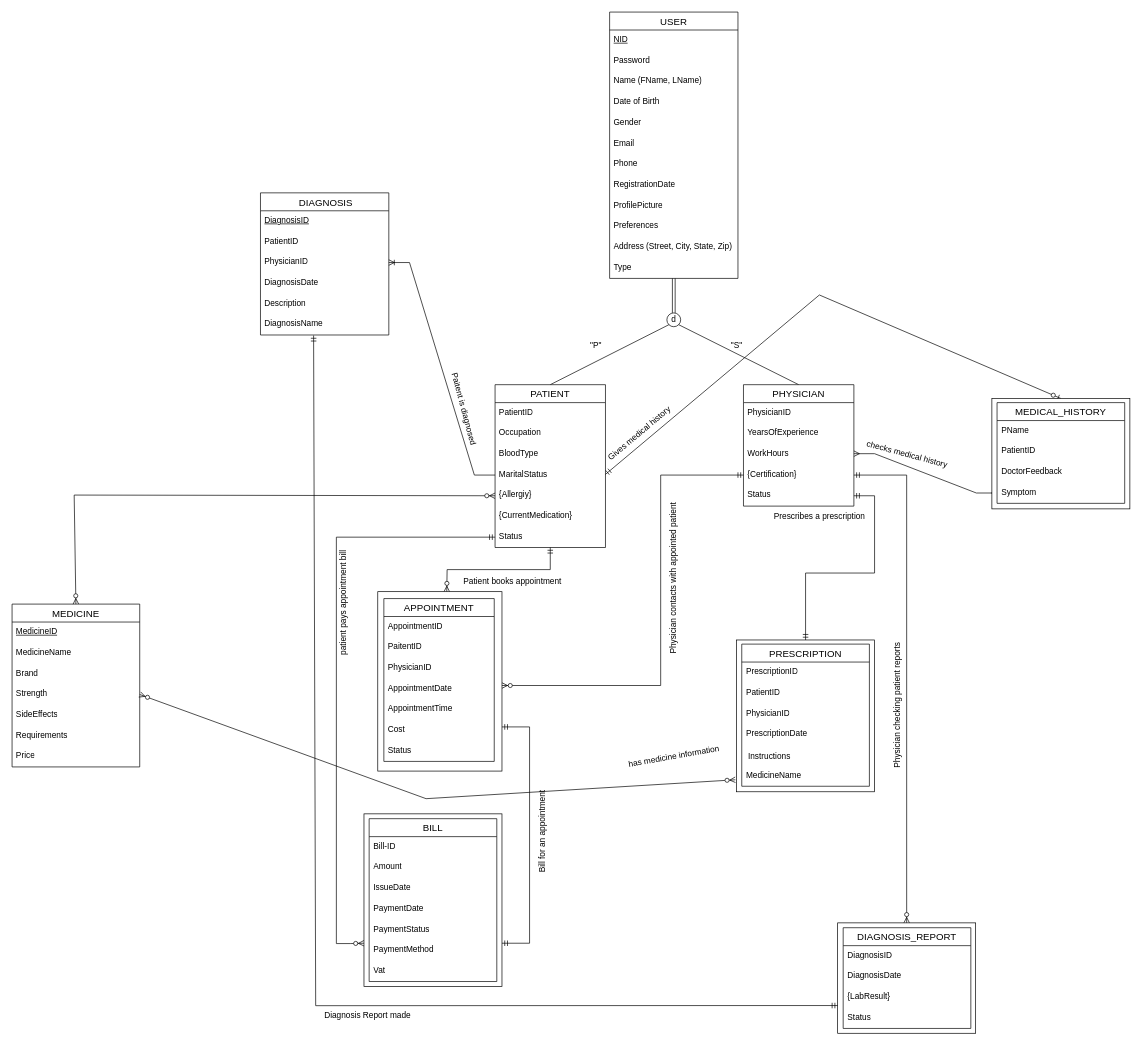
Above: PS1/ERD.drawio in Dhoritri/Heart-Health-Monitoring-System (draw.io), before the change. Source tidied: cells renumbered, new cells numbered last; positions are measured from the earlier drawing's top-left corner, leaving out a move shared by most shapes. Both pictures are drawn from the tidied source at 69%, with x=0, y=0 at pixel (12, 12).
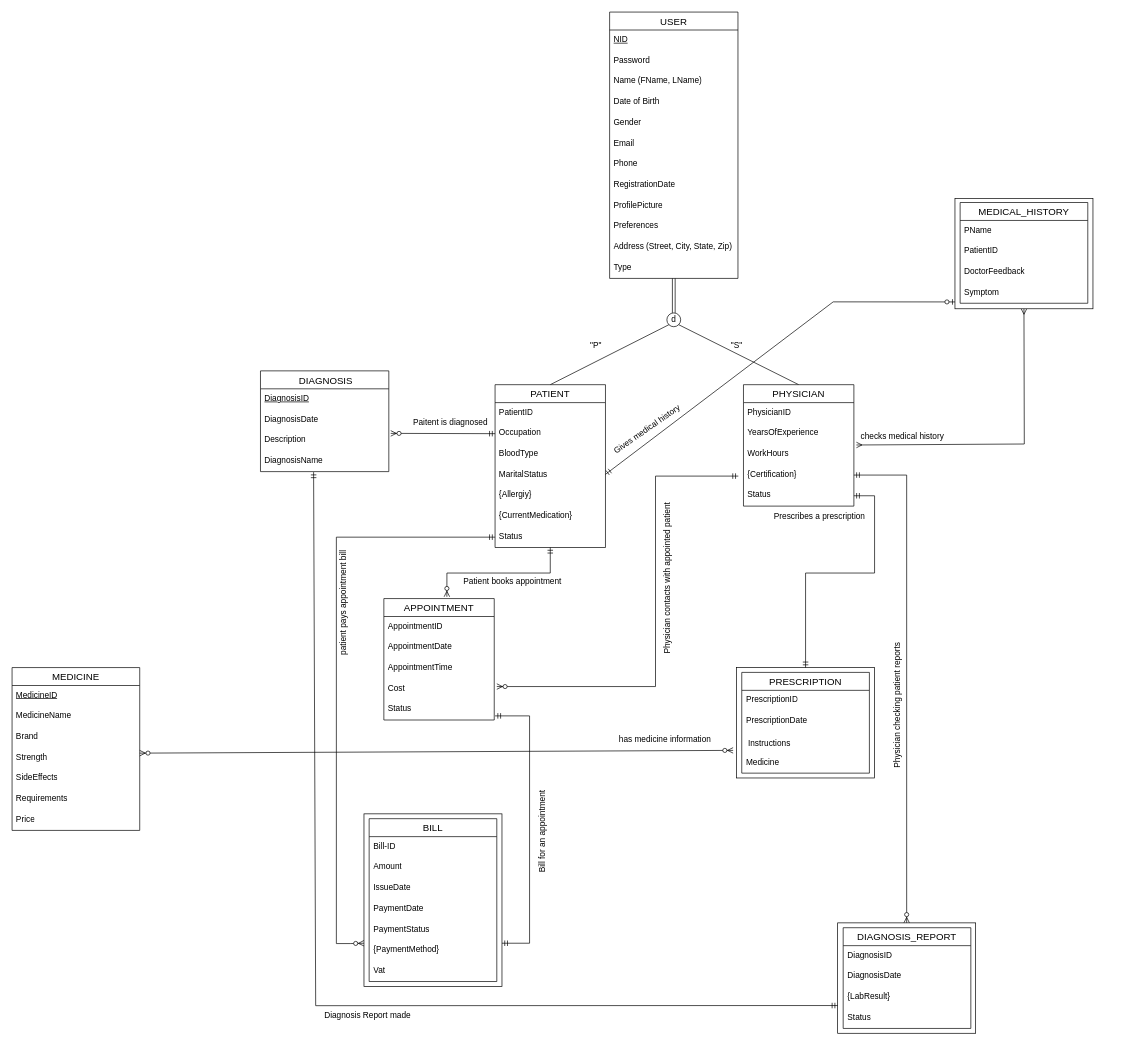
The same diagram, later.

The change refers to these unchanged cells:
```xml
<mxCell id="19" value="PATIENT" style="swimlane;fontStyle=0;horizontal=1;startSize=26;align=center;fontSize=14;" parent="1" vertex="1">
  <mxGeometry x="700" y="540" width="160" height="236" as="geometry" />
</mxCell>
<mxCell id="21" value="Occupation" style="text;strokeColor=none;fillColor=none;spacingLeft=4;spacingRight=4;overflow=hidden;points=[[0,0.5],[1,0.5]];portConstraint=eastwest;fontSize=12;whiteSpace=wrap;html=1;" parent="19" vertex="1">
  <mxGeometry y="56" width="160" height="30" as="geometry" />
</mxCell>
<mxCell id="23" value="MaritalStatus" style="text;strokeColor=none;fillColor=none;spacingLeft=4;spacingRight=4;overflow=hidden;points=[[0,0.5],[1,0.5]];portConstraint=eastwest;fontSize=12;whiteSpace=wrap;html=1;" parent="19" vertex="1">
  <mxGeometry y="116" width="160" height="30" as="geometry" />
</mxCell>
<mxCell id="24" value="{Allergiy}" style="text;strokeColor=none;fillColor=none;spacingLeft=4;spacingRight=4;overflow=hidden;points=[[0,0.5],[1,0.5]];portConstraint=eastwest;fontSize=12;whiteSpace=wrap;html=1;" parent="19" vertex="1">
  <mxGeometry y="146" width="160" height="30" as="geometry" />
</mxCell>
<mxCell id="29" value="YearsOfExperience" style="text;strokeColor=none;fillColor=none;spacingLeft=4;spacingRight=4;overflow=hidden;points=[[0,0.5],[1,0.5]];portConstraint=eastwest;fontSize=12;whiteSpace=wrap;html=1;" parent="27" vertex="1">
  <mxGeometry y="56" width="160" height="30" as="geometry" />
</mxCell>
<mxCell id="37" value="Strength" style="text;strokeColor=none;fillColor=none;spacingLeft=4;spacingRight=4;overflow=hidden;points=[[0,0.5],[1,0.5]];portConstraint=eastwest;fontSize=12;whiteSpace=wrap;html=1;" parent="33" vertex="1">
  <mxGeometry y="116" width="185" height="30" as="geometry" />
</mxCell>
<mxCell id="53" style="rounded=0;whiteSpace=wrap;html=1;" parent="1" vertex="1">
  <mxGeometry x="510" y="1162" width="200" height="250" as="geometry" />
</mxCell>
<mxCell id="54" value="BILL" style="swimlane;fontStyle=0;horizontal=1;startSize=26;align=center;fontSize=14;" parent="1" vertex="1">
  <mxGeometry x="517.5" y="1169" width="185" height="236" as="geometry" />
</mxCell>
<mxCell id="106" value="Symptom" style="text;strokeColor=none;fillColor=none;spacingLeft=4;spacingRight=4;overflow=hidden;points=[[0,0.5],[1,0.5]];portConstraint=eastwest;fontSize=12;whiteSpace=wrap;html=1;" parent="102" vertex="1">
  <mxGeometry y="116" width="185" height="30" as="geometry" />
</mxCell>
```

What changed in the source:
```diff
@@
     <mxCell id="33" value="MEDICINE" style="swimlane;fontStyle=0;horizontal=1;startSize=26;align=center;fontSize=14;" parent="1" vertex="1">
-      <mxGeometry y="858" width="185" height="236" as="geometry" />
+      <mxGeometry y="950" width="185" height="236" as="geometry" />
     </mxCell>
@@
-    <mxCell id="43" style="fontSize=12;html=1;endArrow=ERzeroToMany;startArrow=ERmandOne;rounded=0;exitX=0.5;exitY=1;exitDx=0;exitDy=0;edgeStyle=orthogonalEdgeStyle;" parent="1" edge="1" source="19">
-      <mxGeometry relative="1" as="geometry">
-        <mxPoint x="630" y="840" as="targetPoint" />
-      </mxGeometry>
+    <mxCell id="43" style="fontSize=12;html=1;endArrow=ERzeroToMany;startArrow=ERmandOne;rounded=0;exitX=0.5;exitY=1;exitDx=0;exitDy=0;edgeStyle=orthogonalEdgeStyle;entryX=0.571;entryY=-0.015;entryDx=0;entryDy=0;entryPerimeter=0;" parent="1" edge="1" source="19" target="78">
+      <mxGeometry relative="1" as="geometry" />
     </mxCell>
     <mxCell id="44" style="fontSize=12;html=1;endArrow=ERzeroToMany;startArrow=ERmandOne;rounded=0;exitX=0;exitY=0.5;exitDx=0;exitDy=0;entryX=1;entryY=0.5;entryDx=0;entryDy=0;edgeStyle=orthogonalEdgeStyle;" parent="1" edge="1">
       <mxGeometry relative="1" as="geometry">
-        <mxPoint x="1060" y="671" as="sourcePoint" />
-        <mxPoint x="710" y="976" as="targetPoint" />
+        <mxPoint x="1052.5" y="672.5" as="sourcePoint" />
+        <mxPoint x="702.5" y="977.5" as="targetPoint" />
         <Array as="points">
-          <mxPoint x="940" y="671" />
-          <mxPoint x="940" y="976" />
+          <mxPoint x="932.5" y="672.5" />
+          <mxPoint x="932.5" y="977.5" />
         </Array>
       </mxGeometry>
     </mxCell>
@@
     <mxCell id="46" value="Physician contacts with appointed patient" style="text;html=1;align=center;verticalAlign=middle;strokeColor=none;fillColor=none;rotation=-90;" parent="1" vertex="1">
-      <mxGeometry x="839" y="806" width="240" height="30" as="geometry" />
+      <mxGeometry x="830" y="806" width="240" height="30" as="geometry" />
     </mxCell>
@@
-    <mxCell id="49" style="edgeStyle=orthogonalEdgeStyle;fontSize=12;html=1;endArrow=ERmandOne;startArrow=ERmandOne;rounded=0;entryX=1;entryY=0.5;entryDx=0;entryDy=0;exitX=1;exitY=0.75;exitDx=0;exitDy=0;" parent="1" edge="1" source="53">
+    <mxCell id="49" style="edgeStyle=orthogonalEdgeStyle;fontSize=12;html=1;endArrow=ERmandOne;startArrow=ERmandOne;rounded=0;exitX=1;exitY=0.75;exitDx=0;exitDy=0;" parent="1" edge="1" source="53">
       <mxGeometry relative="1" as="geometry">
-        <mxPoint x="710" y="1036" as="targetPoint" />
+        <mxPoint x="700" y="1020" as="targetPoint" />
         <Array as="points">
-          <mxPoint x="710" y="1350" />
-          <mxPoint x="750" y="1350" />
-          <mxPoint x="750" y="1036" />
+          <mxPoint x="750" y="1349" />
+          <mxPoint x="750" y="1020" />
         </Array>
       </mxGeometry>
     </mxCell>
@@
-    <mxCell id="60" value="PaymentMethod" style="text;strokeColor=none;fillColor=none;spacingLeft=4;spacingRight=4;overflow=hidden;fontSize=12;whiteSpace=wrap;html=1;" parent="54" vertex="1">
+    <mxCell id="60" value="{PaymentMethod}" style="text;strokeColor=none;fillColor=none;spacingLeft=4;spacingRight=4;overflow=hidden;fontSize=12;whiteSpace=wrap;html=1;" parent="54" vertex="1">
       <mxGeometry y="176" width="185" height="30" as="geometry" />
     </mxCell>
@@
     <mxCell id="68" style="rounded=0;whiteSpace=wrap;html=1;" parent="1" vertex="1">
-      <mxGeometry x="1050" y="910" width="200" height="220" as="geometry" />
+      <mxGeometry x="1050" y="950" width="200" height="160" as="geometry" />
     </mxCell>
     <mxCell id="69" value="PRESCRIPTION" style="swimlane;fontStyle=0;horizontal=1;startSize=26;align=center;fontSize=14;" parent="1" vertex="1">
-      <mxGeometry x="1057.5" y="916" width="185" height="206" as="geometry" />
+      <mxGeometry x="1057.5" y="957" width="185" height="146" as="geometry" />
     </mxCell>
@@
-    <mxCell id="71" value="PatientID" style="text;strokeColor=none;fillColor=none;spacingLeft=4;spacingRight=4;overflow=hidden;fontSize=12;whiteSpace=wrap;html=1;" parent="69" vertex="1">
-      <mxGeometry y="56" width="185" height="30" as="geometry" />
-    </mxCell>
-    <mxCell id="72" value="PhysicianID" style="text;strokeColor=none;fillColor=none;spacingLeft=4;spacingRight=4;overflow=hidden;fontSize=12;whiteSpace=wrap;html=1;" parent="69" vertex="1">
-      <mxGeometry y="86" width="185" height="30" as="geometry" />
-    </mxCell>
     <mxCell id="73" value="PrescriptionDate" style="text;strokeColor=none;fillColor=none;spacingLeft=4;spacingRight=4;overflow=hidden;fontSize=12;whiteSpace=wrap;html=1;" parent="69" vertex="1">
-      <mxGeometry y="116" width="185" height="30" as="geometry" />
+      <mxGeometry y="56" width="185" height="30" as="geometry" />
     </mxCell>
     <mxCell id="74" value="&lt;table&gt;&lt;tbody&gt;&lt;tr&gt;&lt;td&gt;Instructions&lt;/td&gt;&lt;/tr&gt;&lt;/tbody&gt;&lt;/table&gt;" style="text;strokeColor=none;fillColor=none;spacingLeft=4;spacingRight=4;overflow=hidden;fontSize=12;whiteSpace=wrap;html=1;" parent="69" vertex="1">
-      <mxGeometry y="146" width="185" height="30" as="geometry" />
+      <mxGeometry y="86" width="185" height="30" as="geometry" />
     </mxCell>
-    <mxCell id="75" value="MedicineName" style="text;strokeColor=none;fillColor=none;spacingLeft=4;spacingRight=4;overflow=hidden;fontSize=12;whiteSpace=wrap;html=1;" parent="69" vertex="1">
-      <mxGeometry y="176" width="185" height="30" as="geometry" />
+    <mxCell id="75" value="Medicine" style="text;strokeColor=none;fillColor=none;spacingLeft=4;spacingRight=4;overflow=hidden;fontSize=12;whiteSpace=wrap;html=1;" parent="69" vertex="1">
+      <mxGeometry y="116" width="185" height="30" as="geometry" />
     </mxCell>
@@
-    <mxCell id="77" style="rounded=0;whiteSpace=wrap;html=1;" parent="1" vertex="1">
-      <mxGeometry x="530" y="840" width="180" height="260" as="geometry" />
-    </mxCell>
     <mxCell id="78" value="APPOINTMENT" style="swimlane;fontStyle=0;horizontal=1;startSize=26;align=center;fontSize=14;" parent="1" vertex="1">
-      <mxGeometry x="538.8" y="850" width="160" height="236" as="geometry" />
+      <mxGeometry x="538.8" y="850" width="160" height="176" as="geometry" />
     </mxCell>
@@
-    <mxCell id="80" value="PaitentID" style="text;strokeColor=none;fillColor=none;spacingLeft=4;spacingRight=4;overflow=hidden;fontSize=12;whiteSpace=wrap;html=1;" parent="78" vertex="1">
-      <mxGeometry y="56" width="160" height="30" as="geometry" />
-    </mxCell>
-    <mxCell id="81" value="PhysicianID" style="text;strokeColor=none;fillColor=none;spacingLeft=4;spacingRight=4;overflow=hidden;fontSize=12;whiteSpace=wrap;html=1;" parent="78" vertex="1">
-      <mxGeometry y="86" width="160" height="30" as="geometry" />
-    </mxCell>
     <mxCell id="82" value="AppointmentDate" style="text;strokeColor=none;fillColor=none;spacingLeft=4;spacingRight=4;overflow=hidden;fontSize=12;whiteSpace=wrap;html=1;" parent="78" vertex="1">
-      <mxGeometry y="116" width="160" height="30" as="geometry" />
+      <mxGeometry y="56" width="160" height="30" as="geometry" />
     </mxCell>
     <mxCell id="83" value="AppointmentTime" style="text;strokeColor=none;fillColor=none;spacingLeft=4;spacingRight=4;overflow=hidden;fontSize=12;whiteSpace=wrap;html=1;" parent="78" vertex="1">
-      <mxGeometry y="146" width="160" height="30" as="geometry" />
+      <mxGeometry y="86" width="160" height="30" as="geometry" />
     </mxCell>
     <mxCell id="84" value="Cost" style="text;strokeColor=none;fillColor=none;spacingLeft=4;spacingRight=4;overflow=hidden;fontSize=12;whiteSpace=wrap;html=1;" parent="78" vertex="1">
-      <mxGeometry y="176" width="160" height="30" as="geometry" />
+      <mxGeometry y="116" width="160" height="30" as="geometry" />
     </mxCell>
     <mxCell id="85" value="Status" style="text;strokeColor=none;fillColor=none;spacingLeft=4;spacingRight=4;overflow=hidden;fontSize=12;whiteSpace=wrap;html=1;" parent="78" vertex="1">
-      <mxGeometry y="206" width="160" height="30" as="geometry" />
+      <mxGeometry y="146" width="160" height="30" as="geometry" />
     </mxCell>
     <mxCell id="86" value=" DIAGNOSIS" style="swimlane;fontStyle=0;horizontal=1;startSize=26;align=center;fontSize=14;" parent="1" vertex="1">
-      <mxGeometry x="360" y="262" width="186" height="206" as="geometry" />
+      <mxGeometry x="360" y="520" width="186" height="146" as="geometry" />
     </mxCell>
@@
-    <mxCell id="88" value="PatientID" style="text;strokeColor=none;fillColor=none;spacingLeft=4;spacingRight=4;overflow=hidden;fontSize=12;whiteSpace=wrap;html=1;" parent="86" vertex="1">
-      <mxGeometry y="56" width="186" height="30" as="geometry" />
-    </mxCell>
-    <mxCell id="89" value="PhysicianID" style="text;strokeColor=none;fillColor=none;spacingLeft=4;spacingRight=4;overflow=hidden;points=[[0,0.5],[1,0.5]];portConstraint=eastwest;fontSize=12;whiteSpace=wrap;html=1;" parent="86" vertex="1">
-      <mxGeometry y="86" width="186" height="30" as="geometry" />
-    </mxCell>
     <mxCell id="90" value="DiagnosisDate" style="text;strokeColor=none;fillColor=none;spacingLeft=4;spacingRight=4;overflow=hidden;fontSize=12;whiteSpace=wrap;html=1;" parent="86" vertex="1">
-      <mxGeometry y="116" width="186" height="30" as="geometry" />
+      <mxGeometry y="56" width="186" height="30" as="geometry" />
     </mxCell>
     <mxCell id="91" value="Description" style="text;strokeColor=none;fillColor=none;spacingLeft=4;spacingRight=4;overflow=hidden;fontSize=12;whiteSpace=wrap;html=1;" parent="86" vertex="1">
-      <mxGeometry y="146" width="186" height="30" as="geometry" />
+      <mxGeometry y="86" width="186" height="30" as="geometry" />
     </mxCell>
     <mxCell id="92" value="DiagnosisName" style="text;strokeColor=none;fillColor=none;spacingLeft=4;spacingRight=4;overflow=hidden;points=[[0,0.5],[1,0.5]];portConstraint=eastwest;fontSize=12;whiteSpace=wrap;html=1;" parent="86" vertex="1">
-      <mxGeometry y="176" width="186" height="30" as="geometry" />
+      <mxGeometry y="116" width="186" height="30" as="geometry" />
     </mxCell>
-    <mxCell id="93" style="edgeStyle=entityRelationEdgeStyle;fontSize=12;html=1;endArrow=ERoneToMany;rounded=0;entryX=1;entryY=0.5;entryDx=0;entryDy=0;exitX=0;exitY=0.5;exitDx=0;exitDy=0;" parent="1" edge="1" source="23" target="89">
-      <mxGeometry relative="1" as="geometry">
-        <Array as="points">
-          <mxPoint x="620" y="400" />
-          <mxPoint x="880" y="510" />
-          <mxPoint x="630" y="420" />
-        </Array>
-      </mxGeometry>
-    </mxCell>
-    <mxCell id="94" style="fontSize=12;html=1;endArrow=ERzeroToMany;endFill=1;startArrow=ERzeroToMany;rounded=0;exitX=1;exitY=0.5;exitDx=0;exitDy=0;entryX=-0.009;entryY=0.921;entryDx=0;entryDy=0;entryPerimeter=0;" parent="1" edge="1" source="37" target="68">
+    <mxCell id="94" style="fontSize=12;html=1;endArrow=ERzeroToMany;endFill=1;startArrow=ERzeroToMany;rounded=0;exitX=1;exitY=0.5;exitDx=0;exitDy=0;" parent="1" edge="1">
       <mxGeometry relative="1" as="geometry">
-        <Array as="points">
-          <mxPoint x="600" y="1140" />
-        </Array>
+        <mxPoint x="185" y="1074" as="sourcePoint" />
+        <mxPoint x="1045" y="1070" as="targetPoint" />
       </mxGeometry>
     </mxCell>
-    <mxCell id="95" style="fontSize=12;html=1;endArrow=ERzeroToOne;startArrow=ERmandOne;rounded=0;entryX=0.5;entryY=0;entryDx=0;entryDy=0;" parent="1" edge="1" target="101">
+    <mxCell id="95" style="fontSize=12;html=1;endArrow=ERzeroToOne;startArrow=ERmandOne;rounded=0;entryX=0.002;entryY=0.938;entryDx=0;entryDy=0;entryPerimeter=0;" parent="1" edge="1" target="101">
       <mxGeometry relative="1" as="geometry">
         <mxPoint x="860" y="670" as="sourcePoint" />
         <Array as="points">
-          <mxPoint x="1170" y="410" />
+          <mxPoint x="1190" y="420" />
         </Array>
       </mxGeometry>
     </mxCell>
-    <mxCell id="96" value="Gives medical history" style="text;html=1;align=center;verticalAlign=middle;strokeColor=none;fillColor=none;rotation=-40;" parent="1" vertex="1">
-      <mxGeometry x="839" y="596" width="140" height="30" as="geometry" />
+    <mxCell id="96" value="Gives medical history" style="text;html=1;align=center;verticalAlign=middle;strokeColor=none;fillColor=none;rotation=-35;" parent="1" vertex="1">
+      <mxGeometry x="850" y="590" width="140" height="30" as="geometry" />
     </mxCell>
-    <mxCell id="97" value="has medicine information" style="text;html=1;align=center;verticalAlign=middle;strokeColor=none;fillColor=none;rotation=-10;" parent="1" vertex="1">
-      <mxGeometry x="879" y="1064" width="160" height="30" as="geometry" />
+    <mxCell id="97" value="has medicine information" style="text;html=1;align=center;verticalAlign=middle;strokeColor=none;fillColor=none;rotation=0;" parent="1" vertex="1">
+      <mxGeometry x="866" y="1040" width="160" height="30" as="geometry" />
     </mxCell>
@@
-    <mxCell id="99" style="edgeStyle=entityRelationEdgeStyle;fontSize=12;html=1;endArrow=ERmany;startArrow=ERmany;rounded=0;entryX=0;entryY=0.5;entryDx=0;entryDy=0;" parent="1" edge="1" target="106">
+    <mxCell id="99" style="fontSize=12;html=1;endArrow=ERmany;startArrow=ERmany;rounded=0;entryX=0.5;entryY=1;entryDx=0;entryDy=0;exitX=1.023;exitY=1.047;exitDx=0;exitDy=0;exitPerimeter=0;" parent="1" edge="1" source="29" target="101">
       <mxGeometry relative="1" as="geometry">
-        <mxPoint x="1220" y="640" as="sourcePoint" />
+        <Array as="points">
+          <mxPoint x="1467" y="626" />
+        </Array>
       </mxGeometry>
     </mxCell>
-    <mxCell id="100" value="checks medical history" style="text;html=1;align=center;verticalAlign=middle;strokeColor=none;fillColor=none;rotation=15;" parent="1" vertex="1">
-      <mxGeometry x="1226.5" y="626" width="140" height="30" as="geometry" />
+    <mxCell id="100" value="checks medical history" style="text;html=1;align=center;verticalAlign=middle;strokeColor=none;fillColor=none;rotation=0;" parent="1" vertex="1">
+      <mxGeometry x="1220" y="600" width="140" height="30" as="geometry" />
     </mxCell>
     <mxCell id="101" style="rounded=0;whiteSpace=wrap;html=1;" parent="1" vertex="1">
-      <mxGeometry x="1420" y="560" width="200" height="160" as="geometry" />
+      <mxGeometry x="1366.5" y="270" width="200" height="160" as="geometry" />
     </mxCell>
     <mxCell id="102" value="MEDICAL_HISTORY" style="swimlane;fontStyle=0;horizontal=1;startSize=26;align=center;fontSize=14;" parent="1" vertex="1">
-      <mxGeometry x="1427.5" y="566" width="185" height="146" as="geometry" />
+      <mxGeometry x="1374" y="276" width="185" height="146" as="geometry" />
     </mxCell>
@@
-    <mxCell id="107" value="Paitent is diagnosed" style="text;html=1;align=center;verticalAlign=middle;strokeColor=none;fillColor=none;rotation=75;" parent="1" vertex="1">
-      <mxGeometry x="590" y="560" width="130" height="30" as="geometry" />
+    <mxCell id="107" value="Paitent is diagnosed" style="text;html=1;align=center;verticalAlign=middle;strokeColor=none;fillColor=none;rotation=0;" parent="1" vertex="1">
+      <mxGeometry x="570" y="580" width="130" height="30" as="geometry" />
     </mxCell>
@@
-    <mxCell id="110" style="fontSize=12;html=1;endArrow=ERzeroToMany;endFill=1;startArrow=ERzeroToMany;rounded=0;exitX=0.5;exitY=0;exitDx=0;exitDy=0;entryX=0;entryY=0.5;entryDx=0;entryDy=0;" parent="1" edge="1" source="33" target="24">
-      <mxGeometry relative="1" as="geometry">
-        <Array as="points">
-          <mxPoint x="90" y="700" />
-        </Array>
-      </mxGeometry>
-    </mxCell>
+    <mxCell id="111" style="fontSize=12;html=1;endArrow=ERzeroToMany;startArrow=ERmandOne;rounded=0;exitX=0;exitY=0.5;exitDx=0;exitDy=0;" parent="1" edge="1" source="21">
+      <mxGeometry relative="1" as="geometry">
+        <mxPoint x="548.8" y="610.6" as="targetPoint" />
+      </mxGeometry>
+    </mxCell>
```
